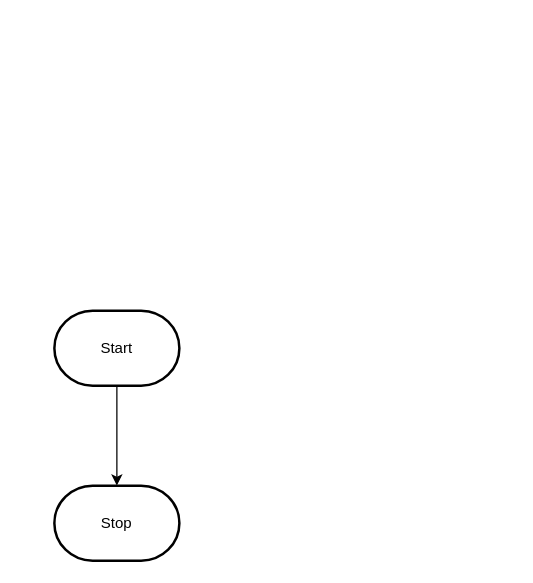
This is design/flowchart.drawio from MTHS-ICD2O-1-2024/ICD2O-Unit-6-03-peter-zerbinos, a draw.io file, before an edit. Source tidied: cells renumbered, new cells numbered last; positions are measured from the earlier drawing's top-left corner, leaving out a move shared by most shapes. Both pictures are drawn from the tidied source at 125%, with x=0, y=0 at pixel (54, 310).
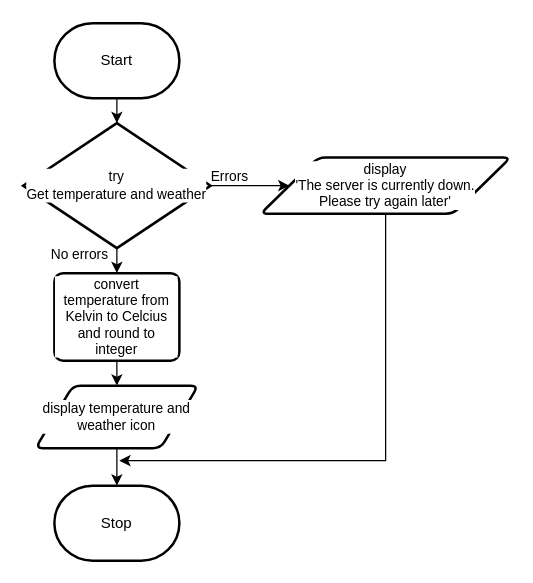
Above is the later version.

Commit message (it also covers changes not shown here):
html css js pages flowchart storyboard

What changed in the source:
```diff
@@
 <mxGraphModel>
   <root>
     <mxCell id="0" />
     <mxCell id="1" parent="0" />
-    <mxCell id="2" style="edgeStyle=orthogonalEdgeStyle;html=1;rounded=0;" parent="1" edge="1" source="3" target="4">
-      <mxGeometry relative="1" as="geometry" />
+    <mxCell id="2" value="Start" style="strokeWidth=2;html=1;shape=mxgraph.flowchart.terminator;whiteSpace=wrap;" parent="1" vertex="1">
+      <mxGeometry y="-230" width="100" height="60" as="geometry" />
     </mxCell>
-    <mxCell id="3" value="Start" style="strokeWidth=2;html=1;shape=mxgraph.flowchart.terminator;whiteSpace=wrap;" parent="1" vertex="1">
-      <mxGeometry width="100" height="60" as="geometry" />
-    </mxCell>
     <mxCell id="4" value="Stop" style="strokeWidth=2;html=1;shape=mxgraph.flowchart.terminator;whiteSpace=wrap;" parent="1" vertex="1">
       <mxGeometry y="140" width="100" height="60" as="geometry" />
     </mxCell>
+    <mxCell id="5" style="edgeStyle=orthogonalEdgeStyle;shape=connector;rounded=0;html=1;exitX=0.5;exitY=1;exitDx=0;exitDy=0;exitPerimeter=0;entryX=0.5;entryY=0;entryDx=0;entryDy=0;strokeColor=default;align=center;verticalAlign=middle;fontFamily=Helvetica;fontSize=11;fontColor=default;labelBackgroundColor=default;endArrow=classic;" parent="1" edge="1" source="7" target="12">
+      <mxGeometry relative="1" as="geometry" />
+    </mxCell>
+    <mxCell id="6" style="edgeStyle=orthogonalEdgeStyle;shape=connector;rounded=0;html=1;exitX=1;exitY=0.5;exitDx=0;exitDy=0;exitPerimeter=0;entryX=0;entryY=0.5;entryDx=0;entryDy=0;strokeColor=default;align=center;verticalAlign=middle;fontFamily=Helvetica;fontSize=11;fontColor=default;labelBackgroundColor=default;endArrow=classic;" parent="1" edge="1" source="7" target="14">
+      <mxGeometry relative="1" as="geometry" />
+    </mxCell>
+    <mxCell id="7" value="try&lt;br&gt;&lt;div&gt;Get temperature and weather&lt;/div&gt;" style="strokeWidth=2;html=1;shape=mxgraph.flowchart.decision;whiteSpace=wrap;fontFamily=Helvetica;fontSize=11;fontColor=default;labelBackgroundColor=default;" parent="1" vertex="1">
+      <mxGeometry x="-25" y="-150" width="150" height="100" as="geometry" />
+    </mxCell>
+    <mxCell id="8" value="display temperature and weather icon" style="shape=parallelogram;html=1;strokeWidth=2;perimeter=parallelogramPerimeter;whiteSpace=wrap;rounded=1;arcSize=12;size=0.23;fontFamily=Helvetica;fontSize=11;fontColor=default;labelBackgroundColor=default;" parent="1" vertex="1">
+      <mxGeometry x="-15" y="60" width="130" height="50" as="geometry" />
+    </mxCell>
+    <mxCell id="9" style="edgeStyle=orthogonalEdgeStyle;shape=connector;rounded=0;html=1;exitX=0.5;exitY=1;exitDx=0;exitDy=0;exitPerimeter=0;entryX=0.5;entryY=0;entryDx=0;entryDy=0;entryPerimeter=0;strokeColor=default;align=center;verticalAlign=middle;fontFamily=Helvetica;fontSize=11;fontColor=default;labelBackgroundColor=default;endArrow=classic;" parent="1" edge="1" source="2" target="7">
+      <mxGeometry relative="1" as="geometry" />
+    </mxCell>
+    <mxCell id="10" value="No errors" style="text;html=1;align=center;verticalAlign=middle;strokeColor=none;fillColor=none;fontFamily=Helvetica;fontSize=11;fontColor=default;labelBackgroundColor=default;" parent="1" vertex="1">
+      <mxGeometry x="-15" y="-60" width="70" height="30" as="geometry" />
+    </mxCell>
+    <mxCell id="11" style="edgeStyle=orthogonalEdgeStyle;shape=connector;rounded=0;html=1;exitX=0.5;exitY=1;exitDx=0;exitDy=0;entryX=0.5;entryY=0;entryDx=0;entryDy=0;strokeColor=default;align=center;verticalAlign=middle;fontFamily=Helvetica;fontSize=11;fontColor=default;labelBackgroundColor=default;endArrow=classic;" parent="1" edge="1" source="12" target="8">
+      <mxGeometry relative="1" as="geometry" />
+    </mxCell>
+    <mxCell id="12" value="convert temperature from Kelvin to Celcius and round to integer" style="rounded=1;whiteSpace=wrap;html=1;absoluteArcSize=1;arcSize=14;strokeWidth=2;fontFamily=Helvetica;fontSize=11;fontColor=default;labelBackgroundColor=default;" parent="1" vertex="1">
+      <mxGeometry y="-30" width="100" height="70" as="geometry" />
+    </mxCell>
+    <mxCell id="13" style="edgeStyle=orthogonalEdgeStyle;shape=connector;rounded=0;html=1;exitX=0.5;exitY=1;exitDx=0;exitDy=0;entryX=0.5;entryY=0;entryDx=0;entryDy=0;entryPerimeter=0;strokeColor=default;align=center;verticalAlign=middle;fontFamily=Helvetica;fontSize=11;fontColor=default;labelBackgroundColor=default;endArrow=classic;" parent="1" edge="1" source="8" target="4">
+      <mxGeometry relative="1" as="geometry" />
+    </mxCell>
+    <mxCell id="14" value="display&lt;div&gt;'The server is currently down.&lt;/div&gt;&lt;div&gt;Please try again later'&lt;/div&gt;" style="shape=parallelogram;html=1;strokeWidth=2;perimeter=parallelogramPerimeter;whiteSpace=wrap;rounded=1;arcSize=12;size=0.23;fontFamily=Helvetica;fontSize=11;fontColor=default;labelBackgroundColor=default;" parent="1" vertex="1">
+      <mxGeometry x="165" y="-122.5" width="200" height="45" as="geometry" />
+    </mxCell>
+    <mxCell id="15" style="edgeStyle=orthogonalEdgeStyle;shape=connector;rounded=0;html=1;exitX=0.5;exitY=1;exitDx=0;exitDy=0;strokeColor=default;align=center;verticalAlign=middle;fontFamily=Helvetica;fontSize=11;fontColor=default;labelBackgroundColor=default;endArrow=classic;" parent="1" edge="1" source="14">
+      <mxGeometry relative="1" as="geometry">
+        <mxPoint x="52" y="120" as="targetPoint" />
+        <Array as="points">
+          <mxPoint x="265" y="120" />
+        </Array>
+      </mxGeometry>
+    </mxCell>
+    <mxCell id="16" value="Errors" style="text;html=1;align=center;verticalAlign=middle;strokeColor=none;fillColor=none;fontFamily=Helvetica;fontSize=11;fontColor=default;labelBackgroundColor=default;" parent="1" vertex="1">
+      <mxGeometry x="115" y="-122.5" width="50" height="30" as="geometry" />
+    </mxCell>
   </root>
 </mxGraphModel>
```
